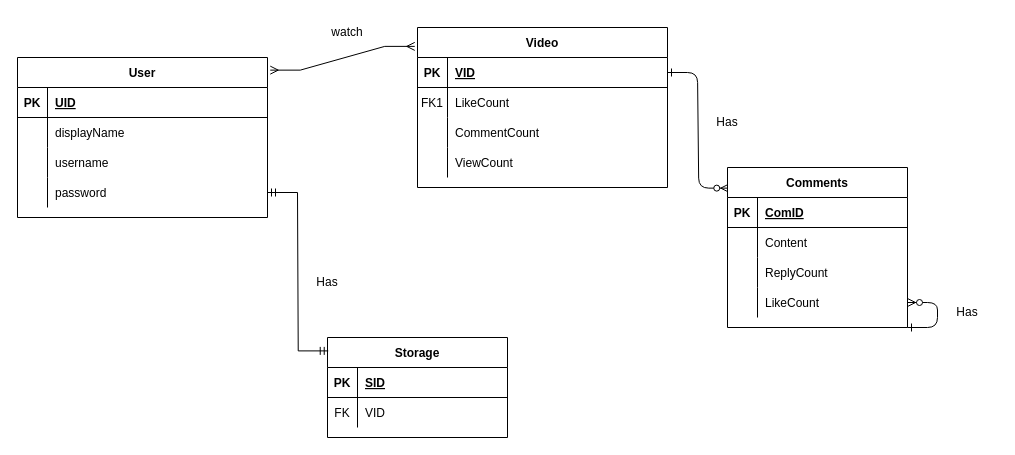
The draw.io diagram documents/DB_Diagram.drawio in hqvjet/Pivi, before the edit. Source tidied: cells renumbered, new cells numbered last; positions are measured from the earlier drawing's top-left corner, leaving out a move shared by most shapes. Both pictures are drawn from the tidied source at 100%, with x=0, y=0 at pixel (17, 17).
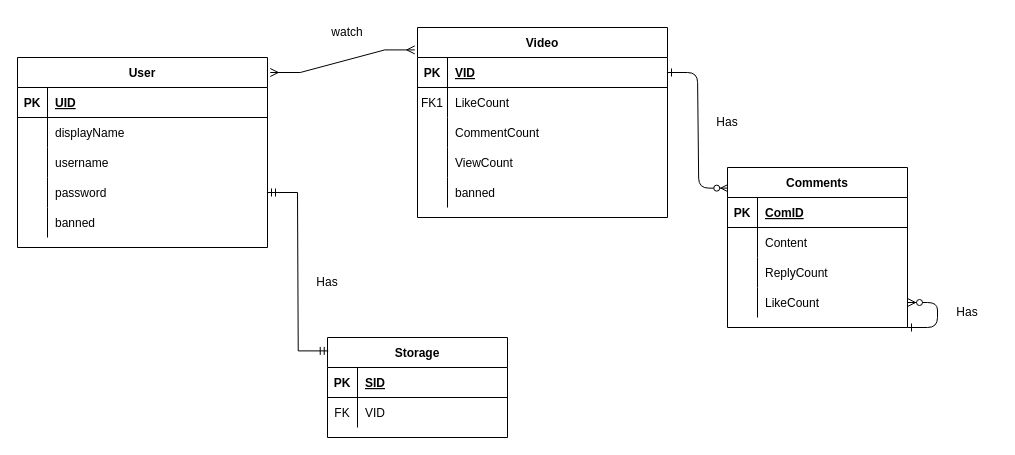
The same page after the edit.

Commit message (it also covers changes not shown here):
update attribute in db diagram

The edit, as a diff of the source:
```diff
@@
     <mxCell id="3" value="Video" style="shape=table;startSize=30;childLayout=tableLayout;rowLines=0;fontStyle=1;align=center;" parent="1" vertex="1">
-      <mxGeometry x="400" y="10" width="250" height="160" as="geometry" />
+      <mxGeometry x="400" y="10" width="250" height="190" as="geometry" />
     </mxCell>
@@
+    <mxCell id="56" style="shape=tableRow;horizontal=0;startSize=0;swimlaneHead=0;swimlaneBody=0;fillColor=none;top=0;left=0;right=0;bottom=0;" parent="3" vertex="1">
+      <mxGeometry y="150" width="250" height="30" as="geometry" />
+    </mxCell>
+    <mxCell id="57" style="shape=partialRectangle;fillColor=none;top=0;left=0;bottom=0;right=0;overflow=hidden;" parent="56" vertex="1">
+      <mxGeometry width="30" height="30" as="geometry" />
+    </mxCell>
+    <mxCell id="58" value="banned" style="shape=partialRectangle;fillColor=none;top=0;left=0;bottom=0;right=0;align=left;spacingLeft=6;overflow=hidden;" parent="56" vertex="1">
+      <mxGeometry x="30" width="220" height="30" as="geometry" />
+    </mxCell>
     <mxCell id="16" value="User" style="shape=table;startSize=30;childLayout=tableLayout;rowLines=0;fontStyle=1;align=center;" parent="1" vertex="1">
-      <mxGeometry y="40" width="250" height="160" as="geometry" />
+      <mxGeometry y="40" width="250" height="190" as="geometry" />
     </mxCell>
@@
+    <mxCell id="59" style="shape=tableRow;horizontal=0;startSize=0;swimlaneHead=0;swimlaneBody=0;fillColor=none;top=0;left=0;right=0;bottom=0;" parent="16" vertex="1">
+      <mxGeometry y="150" width="250" height="30" as="geometry" />
+    </mxCell>
+    <mxCell id="60" style="shape=partialRectangle;fillColor=none;top=0;left=0;bottom=0;right=0;overflow=hidden;" parent="59" vertex="1">
+      <mxGeometry width="30" height="30" as="geometry" />
+    </mxCell>
+    <mxCell id="61" value="banned" style="shape=partialRectangle;fillColor=none;top=0;left=0;bottom=0;right=0;align=left;spacingLeft=6;overflow=hidden;" parent="59" vertex="1">
+      <mxGeometry x="30" width="220" height="30" as="geometry" />
+    </mxCell>
```
